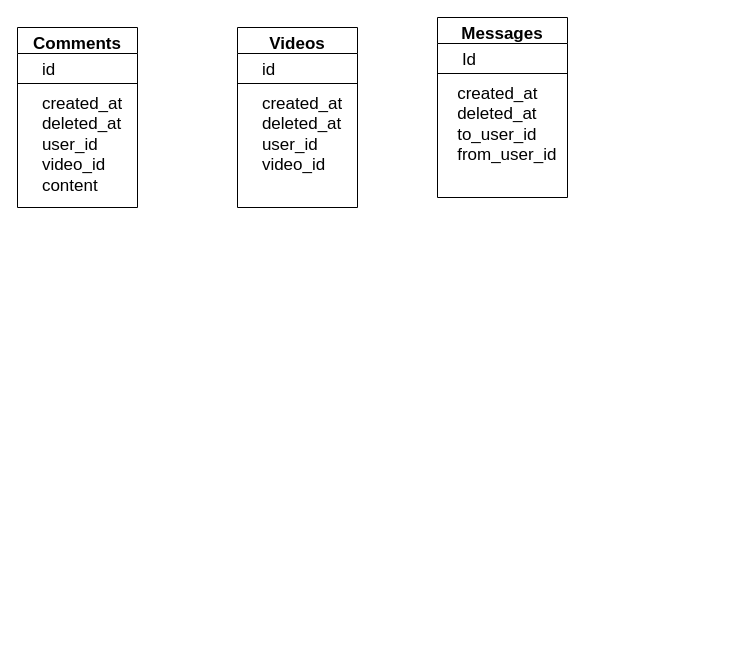
The draw.io diagram 数据库设计.drawio in Afeather2017/Afeather-Flowcharts, before the edit. Source tidied: cells renumbered, new cells numbered last; positions are measured from the earlier drawing's top-left corner, leaving out a move shared by most shapes. Both pictures are drawn from the tidied source at 100%, with x=0, y=0 at pixel (17, 17).
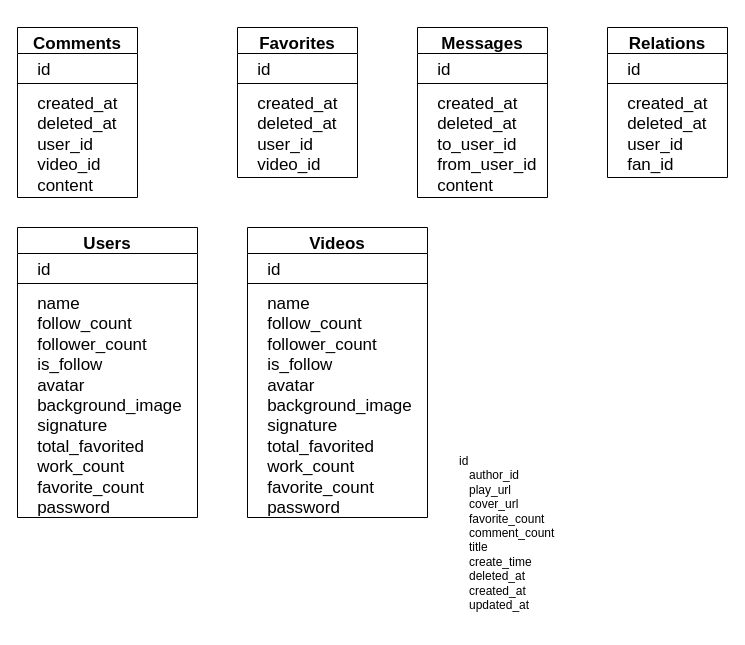
After the change.

Commit message (it also covers changes not shown here):
更新数据库设计.drawio

Change to the diagram source:
```diff
@@
     <mxCell id="2" value="Comments" style="swimlane;fontStyle=1;align=center;verticalAlign=top;horizontal=1;startSize=26;whiteSpace=wrap;html=1;fillColor=none;fontSize=17;" parent="1" vertex="1">
-      <mxGeometry y="10" width="120" height="180" as="geometry" />
+      <mxGeometry y="10" width="120" height="170" as="geometry" />
     </mxCell>
-    <mxCell id="3" value="&amp;nbsp; &amp;nbsp; id" style="text;strokeColor=none;fillColor=none;align=left;verticalAlign=top;spacingLeft=4;spacingRight=4;overflow=hidden;whiteSpace=wrap;html=1;fontSize=17;" parent="2" vertex="1">
+    <mxCell id="3" value="&amp;nbsp; &amp;nbsp;id" style="text;strokeColor=none;fillColor=none;align=left;verticalAlign=top;spacingLeft=4;spacingRight=4;overflow=hidden;whiteSpace=wrap;html=1;fontSize=17;" parent="2" vertex="1">
       <mxGeometry y="26" width="120" height="26" as="geometry" />
     </mxCell>
@@
-    <mxCell id="5" value="&amp;nbsp; &amp;nbsp; created_at&lt;br style=&quot;font-size: 17px;&quot;&gt;&amp;nbsp; &amp;nbsp; deleted_at&lt;br style=&quot;font-size: 17px;&quot;&gt;&amp;nbsp; &amp;nbsp; user_id&lt;br style=&quot;font-size: 17px;&quot;&gt;&amp;nbsp; &amp;nbsp; video_id&lt;br style=&quot;font-size: 17px;&quot;&gt;&amp;nbsp; &amp;nbsp; content" style="text;strokeColor=none;fillColor=none;align=left;verticalAlign=top;spacingLeft=4;spacingRight=4;overflow=hidden;whiteSpace=wrap;html=1;fontSize=17;" parent="2" vertex="1">
-      <mxGeometry y="60" width="120" height="120" as="geometry" />
+    <mxCell id="5" value="&amp;nbsp; &amp;nbsp;created_at&lt;br style=&quot;font-size: 17px;&quot;&gt;&amp;nbsp; &amp;nbsp;deleted_at&lt;br style=&quot;font-size: 17px;&quot;&gt;&amp;nbsp; &amp;nbsp;user_id&lt;br style=&quot;font-size: 17px;&quot;&gt;&amp;nbsp; &amp;nbsp;video_id&lt;br style=&quot;font-size: 17px;&quot;&gt;&amp;nbsp; &amp;nbsp;content" style="text;strokeColor=none;fillColor=none;align=left;verticalAlign=top;spacingLeft=4;spacingRight=4;overflow=hidden;whiteSpace=wrap;html=1;fontSize=17;" parent="2" vertex="1">
+      <mxGeometry y="60" width="120" height="110" as="geometry" />
     </mxCell>
-    <mxCell id="6" value="Videos" style="swimlane;fontStyle=1;align=center;verticalAlign=top;horizontal=1;startSize=26;whiteSpace=wrap;html=1;fillColor=none;fontSize=17;" parent="1" vertex="1">
-      <mxGeometry x="220" y="10" width="120" height="180" as="geometry" />
+    <mxCell id="6" value="Favorites" style="swimlane;fontStyle=1;align=center;verticalAlign=top;horizontal=1;startSize=26;whiteSpace=wrap;html=1;fillColor=none;fontSize=17;" parent="1" vertex="1">
+      <mxGeometry x="220" y="10" width="120" height="150" as="geometry" />
     </mxCell>
-    <mxCell id="7" value="&amp;nbsp; &amp;nbsp; id" style="text;strokeColor=none;fillColor=none;align=left;verticalAlign=top;spacingLeft=4;spacingRight=4;overflow=hidden;whiteSpace=wrap;html=1;fontSize=17;" parent="6" vertex="1">
+    <mxCell id="7" value="&amp;nbsp; &amp;nbsp;id" style="text;strokeColor=none;fillColor=none;align=left;verticalAlign=top;spacingLeft=4;spacingRight=4;overflow=hidden;whiteSpace=wrap;html=1;fontSize=17;" parent="6" vertex="1">
       <mxGeometry y="26" width="120" height="26" as="geometry" />
     </mxCell>
@@
-    <mxCell id="9" value="&amp;nbsp; &amp;nbsp; created_at&lt;br style=&quot;font-size: 17px;&quot;&gt;&amp;nbsp; &amp;nbsp; deleted_at&lt;br style=&quot;font-size: 17px;&quot;&gt;&amp;nbsp; &amp;nbsp; user_id&lt;br style=&quot;font-size: 17px;&quot;&gt;&amp;nbsp; &amp;nbsp; video_id" style="text;strokeColor=none;fillColor=none;align=left;verticalAlign=top;spacingLeft=4;spacingRight=4;overflow=hidden;whiteSpace=wrap;html=1;fontSize=17;" parent="6" vertex="1">
-      <mxGeometry y="60" width="120" height="120" as="geometry" />
+    <mxCell id="9" value="&amp;nbsp; &amp;nbsp;created_at&lt;br style=&quot;font-size: 17px;&quot;&gt;&amp;nbsp; &amp;nbsp;deleted_at&lt;br style=&quot;font-size: 17px;&quot;&gt;&amp;nbsp; &amp;nbsp;user_id&lt;br style=&quot;font-size: 17px;&quot;&gt;&amp;nbsp; &amp;nbsp;video_id" style="text;strokeColor=none;fillColor=none;align=left;verticalAlign=top;spacingLeft=4;spacingRight=4;overflow=hidden;whiteSpace=wrap;html=1;fontSize=17;" parent="6" vertex="1">
+      <mxGeometry y="60" width="120" height="90" as="geometry" />
     </mxCell>
     <mxCell id="10" value="Messages" style="swimlane;fontStyle=1;align=center;verticalAlign=top;horizontal=1;startSize=26;whiteSpace=wrap;html=1;fillColor=none;fontSize=17;" parent="1" vertex="1">
-      <mxGeometry x="420" width="130" height="180" as="geometry" />
+      <mxGeometry x="400" y="10" width="130" height="170" as="geometry" />
     </mxCell>
-    <mxCell id="11" value="&amp;nbsp; &amp;nbsp; Id" style="text;strokeColor=none;fillColor=none;align=left;verticalAlign=top;spacingLeft=4;spacingRight=4;overflow=hidden;whiteSpace=wrap;html=1;fontSize=17;" parent="10" vertex="1">
+    <mxCell id="11" value="&amp;nbsp; &amp;nbsp;id" style="text;strokeColor=none;fillColor=none;align=left;verticalAlign=top;spacingLeft=4;spacingRight=4;overflow=hidden;whiteSpace=wrap;html=1;fontSize=17;" parent="10" vertex="1">
       <mxGeometry y="26" width="130" height="26" as="geometry" />
     </mxCell>
@@
-    <mxCell id="13" value="&amp;nbsp; &amp;nbsp;created_at&lt;br style=&quot;font-size: 17px;&quot;&gt;&amp;nbsp; &amp;nbsp;deleted_at&lt;br style=&quot;font-size: 17px;&quot;&gt;&amp;nbsp; &amp;nbsp;to_user_id&lt;br style=&quot;font-size: 17px;&quot;&gt;&amp;nbsp; &amp;nbsp;from_user_id" style="text;strokeColor=none;fillColor=none;align=left;verticalAlign=top;spacingLeft=4;spacingRight=4;overflow=hidden;whiteSpace=wrap;html=1;fontSize=17;" parent="10" vertex="1">
-      <mxGeometry y="60" width="130" height="120" as="geometry" />
+    <mxCell id="13" value="&amp;nbsp; &amp;nbsp;created_at&lt;br style=&quot;font-size: 17px;&quot;&gt;&amp;nbsp; &amp;nbsp;deleted_at&lt;br style=&quot;font-size: 17px;&quot;&gt;&amp;nbsp; &amp;nbsp;to_user_id&lt;br style=&quot;font-size: 17px;&quot;&gt;&amp;nbsp; &amp;nbsp;from_user_id&lt;br&gt;&amp;nbsp; &amp;nbsp;content" style="text;strokeColor=none;fillColor=none;align=left;verticalAlign=top;spacingLeft=4;spacingRight=4;overflow=hidden;whiteSpace=wrap;html=1;fontSize=17;" parent="10" vertex="1">
+      <mxGeometry y="60" width="130" height="110" as="geometry" />
     </mxCell>
+    <mxCell id="14" value="Relations" style="swimlane;fontStyle=1;align=center;verticalAlign=top;horizontal=1;startSize=26;whiteSpace=wrap;html=1;fillColor=none;fontSize=17;" parent="1" vertex="1">
+      <mxGeometry x="590" y="10" width="120" height="150" as="geometry" />
+    </mxCell>
+    <mxCell id="15" value="&amp;nbsp; &amp;nbsp;id" style="text;strokeColor=none;fillColor=none;align=left;verticalAlign=top;spacingLeft=4;spacingRight=4;overflow=hidden;whiteSpace=wrap;html=1;fontSize=17;" parent="14" vertex="1">
+      <mxGeometry y="26" width="120" height="26" as="geometry" />
+    </mxCell>
+    <mxCell id="16" style="line;strokeWidth=1;fillColor=none;align=left;verticalAlign=middle;spacingTop=-1;spacingLeft=3;spacingRight=3;labelPosition=right;strokeColor=inherit;fontSize=17;" parent="14" vertex="1">
+      <mxGeometry y="52" width="120" height="8" as="geometry" />
+    </mxCell>
+    <mxCell id="17" value="&amp;nbsp; &amp;nbsp;created_at&lt;br style=&quot;font-size: 17px;&quot;&gt;&amp;nbsp; &amp;nbsp;deleted_at&lt;br style=&quot;font-size: 17px;&quot;&gt;&amp;nbsp; &amp;nbsp;user_id&lt;br&gt;&amp;nbsp; &amp;nbsp;fan_id" style="text;strokeColor=none;fillColor=none;align=left;verticalAlign=top;spacingLeft=4;spacingRight=4;overflow=hidden;whiteSpace=wrap;html=1;fontSize=17;" parent="14" vertex="1">
+      <mxGeometry y="60" width="120" height="90" as="geometry" />
+    </mxCell>
+    <mxCell id="18" value="Users" style="swimlane;fontStyle=1;align=center;verticalAlign=top;horizontal=1;startSize=26;whiteSpace=wrap;html=1;fillColor=none;fontSize=17;" parent="1" vertex="1">
+      <mxGeometry y="210" width="180" height="290" as="geometry" />
+    </mxCell>
+    <mxCell id="19" value="&amp;nbsp; &amp;nbsp;id" style="text;strokeColor=none;fillColor=none;align=left;verticalAlign=top;spacingLeft=4;spacingRight=4;overflow=hidden;whiteSpace=wrap;html=1;fontSize=17;" parent="18" vertex="1">
+      <mxGeometry y="26" width="180" height="26" as="geometry" />
+    </mxCell>
+    <mxCell id="20" style="line;strokeWidth=1;fillColor=none;align=left;verticalAlign=middle;spacingTop=-1;spacingLeft=3;spacingRight=3;labelPosition=right;strokeColor=inherit;fontSize=17;" parent="18" vertex="1">
+      <mxGeometry y="52" width="180" height="8" as="geometry" />
+    </mxCell>
+    <mxCell id="21" value="&lt;div&gt;&amp;nbsp; &amp;nbsp;name&amp;nbsp; &amp;nbsp; &amp;nbsp; &amp;nbsp; &amp;nbsp; &amp;nbsp; &amp;nbsp;&lt;/div&gt;&lt;div&gt;&amp;nbsp; &amp;nbsp;follow_count&amp;nbsp; &amp;nbsp; &amp;nbsp;&lt;/div&gt;&lt;div&gt;&amp;nbsp; &amp;nbsp;follower_count&amp;nbsp; &amp;nbsp;&lt;/div&gt;&lt;div&gt;&amp;nbsp; &amp;nbsp;is_follow&amp;nbsp; &amp;nbsp; &amp;nbsp; &amp;nbsp;&amp;nbsp;&lt;/div&gt;&lt;div&gt;&amp;nbsp; &amp;nbsp;avatar&amp;nbsp; &amp;nbsp; &amp;nbsp; &amp;nbsp; &amp;nbsp; &amp;nbsp;&lt;/div&gt;&lt;div&gt;&amp;nbsp; &amp;nbsp;background_image&amp;nbsp;&lt;/div&gt;&lt;div&gt;&amp;nbsp; &amp;nbsp;signature&amp;nbsp; &amp;nbsp; &amp;nbsp; &amp;nbsp;&amp;nbsp;&lt;/div&gt;&lt;div&gt;&amp;nbsp; &amp;nbsp;total_favorited&amp;nbsp;&amp;nbsp;&lt;/div&gt;&lt;div&gt;&amp;nbsp; &amp;nbsp;work_count&amp;nbsp; &amp;nbsp; &amp;nbsp; &amp;nbsp;&lt;/div&gt;&lt;div&gt;&amp;nbsp; &amp;nbsp;favorite_count&amp;nbsp; &amp;nbsp;&lt;/div&gt;&lt;div&gt;&amp;nbsp; &amp;nbsp;password&amp;nbsp; &amp;nbsp; &amp;nbsp; &amp;nbsp; &amp;nbsp;&lt;/div&gt;&lt;div&gt;&lt;br&gt;&lt;/div&gt;" style="text;strokeColor=none;fillColor=none;align=left;verticalAlign=top;spacingLeft=4;spacingRight=4;overflow=hidden;whiteSpace=wrap;html=1;fontSize=17;" parent="18" vertex="1">
+      <mxGeometry y="60" width="180" height="230" as="geometry" />
+    </mxCell>
+    <mxCell id="22" value="id             &#10;   author_id      &#10;   play_url       &#10;   cover_url      &#10;   favorite_count &#10;   comment_count  &#10;   title          &#10;   create_time    &#10;   deleted_at     &#10;   created_at     &#10;   updated_at" style="text;whiteSpace=wrap;" parent="1" vertex="1">
+      <mxGeometry x="440" y="430" width="140" height="180" as="geometry" />
+    </mxCell>
+    <mxCell id="23" value="Videos" style="swimlane;fontStyle=1;align=center;verticalAlign=top;horizontal=1;startSize=26;whiteSpace=wrap;html=1;fillColor=none;fontSize=17;" parent="1" vertex="1">
+      <mxGeometry x="230" y="210" width="180" height="290" as="geometry" />
+    </mxCell>
+    <mxCell id="24" value="&amp;nbsp; &amp;nbsp;id" style="text;strokeColor=none;fillColor=none;align=left;verticalAlign=top;spacingLeft=4;spacingRight=4;overflow=hidden;whiteSpace=wrap;html=1;fontSize=17;" parent="23" vertex="1">
+      <mxGeometry y="26" width="180" height="26" as="geometry" />
+    </mxCell>
+    <mxCell id="25" style="line;strokeWidth=1;fillColor=none;align=left;verticalAlign=middle;spacingTop=-1;spacingLeft=3;spacingRight=3;labelPosition=right;strokeColor=inherit;fontSize=17;" parent="23" vertex="1">
+      <mxGeometry y="52" width="180" height="8" as="geometry" />
+    </mxCell>
+    <mxCell id="26" value="&lt;div&gt;&amp;nbsp; &amp;nbsp;name&amp;nbsp; &amp;nbsp; &amp;nbsp; &amp;nbsp; &amp;nbsp; &amp;nbsp; &amp;nbsp;&lt;/div&gt;&lt;div&gt;&amp;nbsp; &amp;nbsp;follow_count&amp;nbsp; &amp;nbsp; &amp;nbsp;&lt;/div&gt;&lt;div&gt;&amp;nbsp; &amp;nbsp;follower_count&amp;nbsp; &amp;nbsp;&lt;/div&gt;&lt;div&gt;&amp;nbsp; &amp;nbsp;is_follow&amp;nbsp; &amp;nbsp; &amp;nbsp; &amp;nbsp;&amp;nbsp;&lt;/div&gt;&lt;div&gt;&amp;nbsp; &amp;nbsp;avatar&amp;nbsp; &amp;nbsp; &amp;nbsp; &amp;nbsp; &amp;nbsp; &amp;nbsp;&lt;/div&gt;&lt;div&gt;&amp;nbsp; &amp;nbsp;background_image&amp;nbsp;&lt;/div&gt;&lt;div&gt;&amp;nbsp; &amp;nbsp;signature&amp;nbsp; &amp;nbsp; &amp;nbsp; &amp;nbsp;&amp;nbsp;&lt;/div&gt;&lt;div&gt;&amp;nbsp; &amp;nbsp;total_favorited&amp;nbsp;&amp;nbsp;&lt;/div&gt;&lt;div&gt;&amp;nbsp; &amp;nbsp;work_count&amp;nbsp; &amp;nbsp; &amp;nbsp; &amp;nbsp;&lt;/div&gt;&lt;div&gt;&amp;nbsp; &amp;nbsp;favorite_count&amp;nbsp; &amp;nbsp;&lt;/div&gt;&lt;div&gt;&amp;nbsp; &amp;nbsp;password&amp;nbsp; &amp;nbsp; &amp;nbsp; &amp;nbsp; &amp;nbsp;&lt;/div&gt;&lt;div&gt;&lt;br&gt;&lt;/div&gt;" style="text;strokeColor=none;fillColor=none;align=left;verticalAlign=top;spacingLeft=4;spacingRight=4;overflow=hidden;whiteSpace=wrap;html=1;fontSize=17;" parent="23" vertex="1">
+      <mxGeometry y="60" width="180" height="230" as="geometry" />
+    </mxCell>
```
